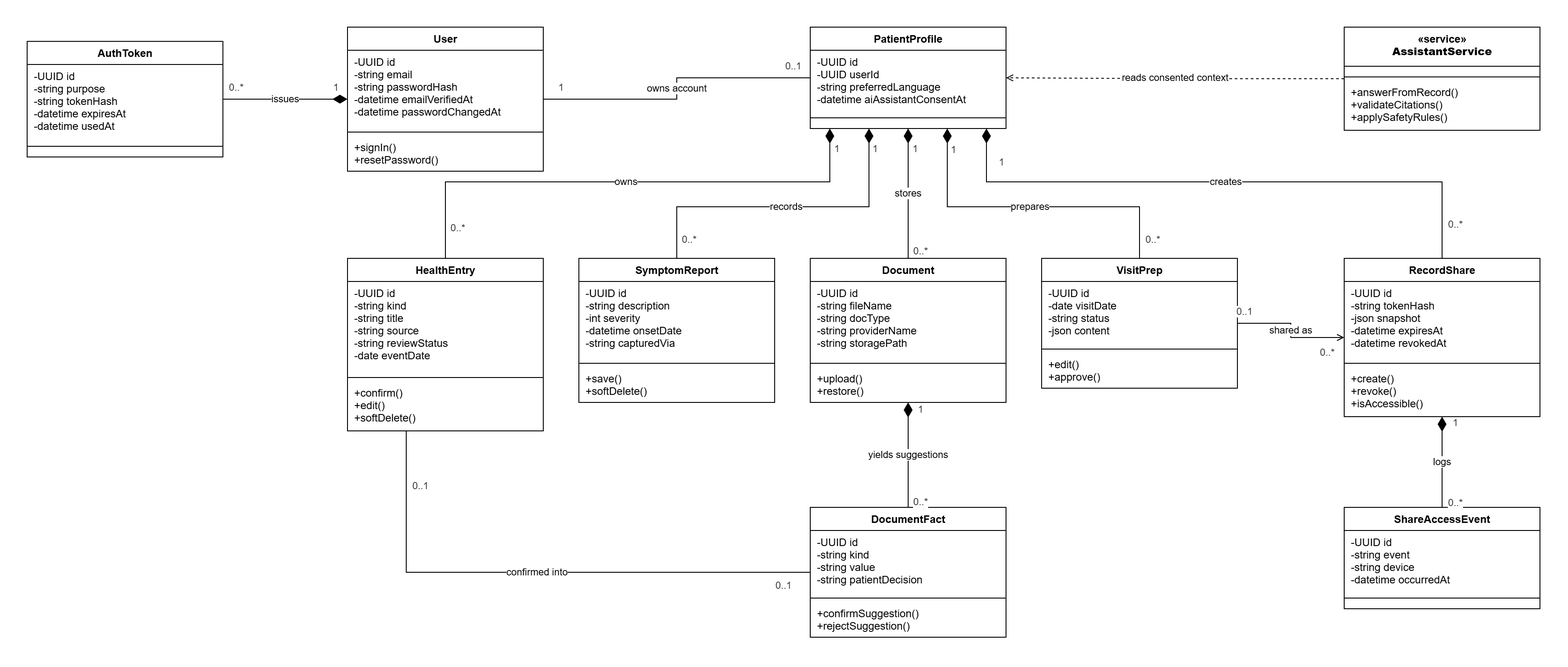
Above: docs/diagrams/exports/07-class-diagram.png in haniyousrii18/NASEEJ (draw.io), before the change. Source tidied: cells renumbered, new cells last; positions are measured from the earlier drawing's top-left corner, leaving out a move shared by most shapes.
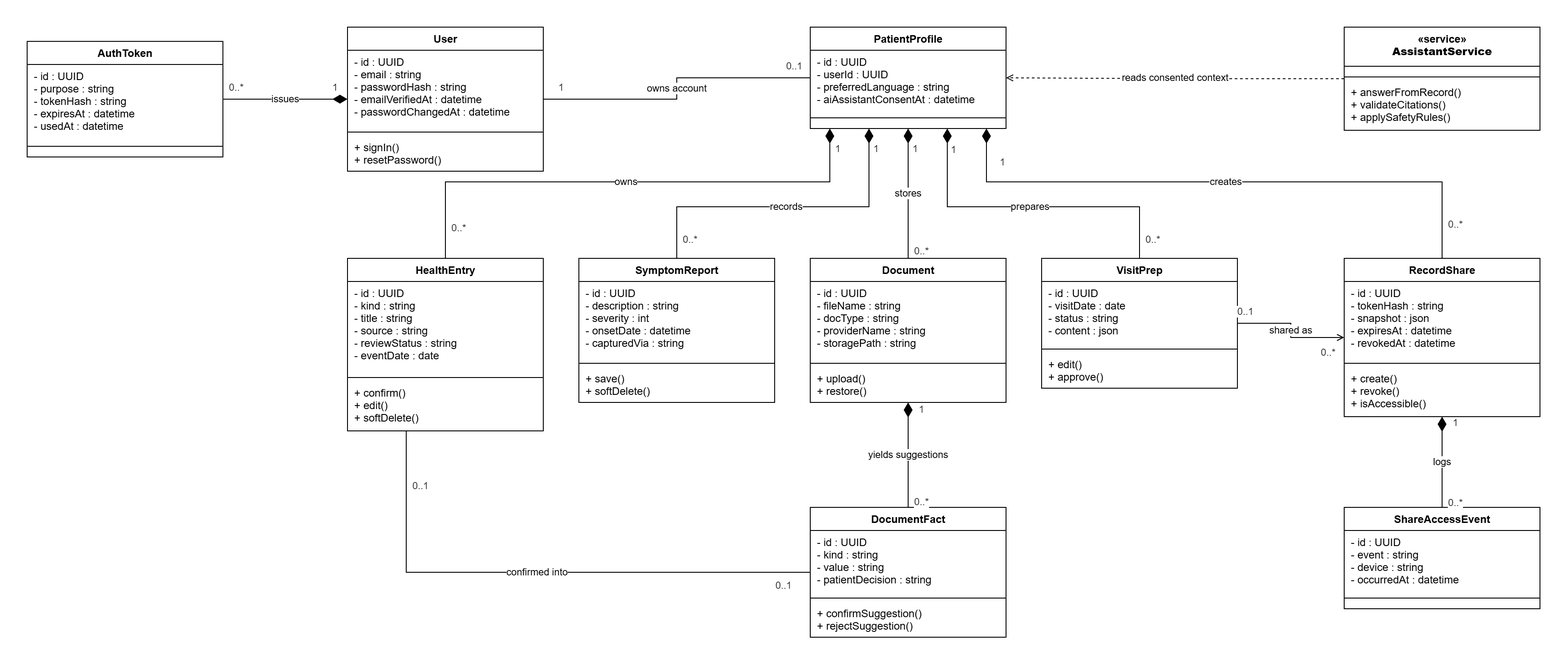
After the change.

Commit message:
docs: use name : Type notation in the class diagram

Change to the diagram source:
```diff
@@ -5,19 +5,19 @@
     <mxCell id="2" value="User" style="swimlane;fontStyle=1;align=center;verticalAlign=top;horizontal=1;startSize=26;html=1;swimlaneFillColor=#FFFFFF;" parent="1" vertex="1">
       <mxGeometry x="360" width="220" height="162" as="geometry" />
     </mxCell>
-    <mxCell id="3" value="-UUID id&#10;-string email&#10;-string passwordHash&#10;-datetime emailVerifiedAt&#10;-datetime passwordChangedAt" style="text;align=left;verticalAlign=top;spacingLeft=6;overflow=hidden;whiteSpace=nowrap;html=0;" parent="2" vertex="1">
+    <mxCell id="3" value="- id : UUID&#10;- email : string&#10;- passwordHash : string&#10;- emailVerifiedAt : datetime&#10;- passwordChangedAt : datetime" style="text;align=left;verticalAlign=top;spacingLeft=6;overflow=hidden;whiteSpace=nowrap;html=0;" parent="2" vertex="1">
       <mxGeometry y="26" width="220" height="88" as="geometry" />
     </mxCell>
     <mxCell id="4" style="line;strokeWidth=1;align=left;verticalAlign=middle;" parent="2" vertex="1">
       <mxGeometry y="114" width="220" height="8" as="geometry" />
     </mxCell>
-    <mxCell id="5" value="+signIn()&#10;+resetPassword()" style="text;align=left;verticalAlign=top;spacingLeft=6;overflow=hidden;whiteSpace=nowrap;html=0;" parent="2" vertex="1">
+    <mxCell id="5" value="+ signIn()&#10;+ resetPassword()" style="text;align=left;verticalAlign=top;spacingLeft=6;overflow=hidden;whiteSpace=nowrap;html=0;" parent="2" vertex="1">
       <mxGeometry y="122" width="220" height="40" as="geometry" />
     </mxCell>
     <mxCell id="6" value="AuthToken" style="swimlane;fontStyle=1;align=center;verticalAlign=top;horizontal=1;startSize=26;html=1;swimlaneFillColor=#FFFFFF;" parent="1" vertex="1">
       <mxGeometry y="16" width="220" height="130" as="geometry" />
     </mxCell>
-    <mxCell id="7" value="-UUID id&#10;-string purpose&#10;-string tokenHash&#10;-datetime expiresAt&#10;-datetime usedAt" style="text;align=left;verticalAlign=top;spacingLeft=6;overflow=hidden;whiteSpace=nowrap;html=0;" parent="6" vertex="1">
+    <mxCell id="7" value="- id : UUID&#10;- purpose : string&#10;- tokenHash : string&#10;- expiresAt : datetime&#10;- usedAt : datetime" style="text;align=left;verticalAlign=top;spacingLeft=6;overflow=hidden;whiteSpace=nowrap;html=0;" parent="6" vertex="1">
       <mxGeometry y="26" width="220" height="88" as="geometry" />
     </mxCell>
     <mxCell id="8" style="line;strokeWidth=1;align=left;verticalAlign=middle;" parent="6" vertex="1">
@@ -29,7 +29,7 @@
     <mxCell id="10" value="PatientProfile" style="swimlane;fontStyle=1;align=center;verticalAlign=top;horizontal=1;startSize=26;html=1;swimlaneFillColor=#FFFFFF;" parent="1" vertex="1">
       <mxGeometry x="880" width="220" height="114" as="geometry" />
     </mxCell>
-    <mxCell id="11" value="-UUID id&#10;-UUID userId&#10;-string preferredLanguage&#10;-datetime aiAssistantConsentAt" style="text;align=left;verticalAlign=top;spacingLeft=6;overflow=hidden;whiteSpace=nowrap;html=0;" parent="10" vertex="1">
+    <mxCell id="11" value="- id : UUID&#10;- userId : UUID&#10;- preferredLanguage : string&#10;- aiAssistantConsentAt : datetime" style="text;align=left;verticalAlign=top;spacingLeft=6;overflow=hidden;whiteSpace=nowrap;html=0;" parent="10" vertex="1">
       <mxGeometry y="26" width="220" height="72" as="geometry" />
     </mxCell>
     <mxCell id="12" style="line;strokeWidth=1;align=left;verticalAlign=middle;" parent="10" vertex="1">
@@ -47,85 +47,85 @@
     <mxCell id="16" style="line;strokeWidth=1;align=left;verticalAlign=middle;" parent="14" vertex="1">
       <mxGeometry y="52" width="220" height="8" as="geometry" />
     </mxCell>
-    <mxCell id="17" value="+answerFromRecord()&#10;+validateCitations()&#10;+applySafetyRules()" style="text;align=left;verticalAlign=top;spacingLeft=6;overflow=hidden;whiteSpace=nowrap;html=0;" parent="14" vertex="1">
+    <mxCell id="17" value="+ answerFromRecord()&#10;+ validateCitations()&#10;+ applySafetyRules()" style="text;align=left;verticalAlign=top;spacingLeft=6;overflow=hidden;whiteSpace=nowrap;html=0;" parent="14" vertex="1">
       <mxGeometry y="60" width="220" height="56" as="geometry" />
     </mxCell>
     <mxCell id="18" value="HealthEntry" style="swimlane;fontStyle=1;align=center;verticalAlign=top;horizontal=1;startSize=26;html=1;swimlaneFillColor=#FFFFFF;" parent="1" vertex="1">
       <mxGeometry x="360" y="260" width="220" height="194" as="geometry" />
     </mxCell>
-    <mxCell id="19" value="-UUID id&#10;-string kind&#10;-string title&#10;-string source&#10;-string reviewStatus&#10;-date eventDate" style="text;align=left;verticalAlign=top;spacingLeft=6;overflow=hidden;whiteSpace=nowrap;html=0;" parent="18" vertex="1">
+    <mxCell id="19" value="- id : UUID&#10;- kind : string&#10;- title : string&#10;- source : string&#10;- reviewStatus : string&#10;- eventDate : date" style="text;align=left;verticalAlign=top;spacingLeft=6;overflow=hidden;whiteSpace=nowrap;html=0;" parent="18" vertex="1">
       <mxGeometry y="26" width="220" height="104" as="geometry" />
     </mxCell>
     <mxCell id="20" style="line;strokeWidth=1;align=left;verticalAlign=middle;" parent="18" vertex="1">
       <mxGeometry y="130" width="220" height="8" as="geometry" />
     </mxCell>
-    <mxCell id="21" value="+confirm()&#10;+edit()&#10;+softDelete()" style="text;align=left;verticalAlign=top;spacingLeft=6;overflow=hidden;whiteSpace=nowrap;html=0;" parent="18" vertex="1">
+    <mxCell id="21" value="+ confirm()&#10;+ edit()&#10;+ softDelete()" style="text;align=left;verticalAlign=top;spacingLeft=6;overflow=hidden;whiteSpace=nowrap;html=0;" parent="18" vertex="1">
       <mxGeometry y="138" width="220" height="56" as="geometry" />
     </mxCell>
     <mxCell id="22" value="SymptomReport" style="swimlane;fontStyle=1;align=center;verticalAlign=top;horizontal=1;startSize=26;html=1;swimlaneFillColor=#FFFFFF;" parent="1" vertex="1">
       <mxGeometry x="620" y="260" width="220" height="162" as="geometry" />
     </mxCell>
-    <mxCell id="23" value="-UUID id&#10;-string description&#10;-int severity&#10;-datetime onsetDate&#10;-string capturedVia" style="text;align=left;verticalAlign=top;spacingLeft=6;overflow=hidden;whiteSpace=nowrap;html=0;" parent="22" vertex="1">
+    <mxCell id="23" value="- id : UUID&#10;- description : string&#10;- severity : int&#10;- onsetDate : datetime&#10;- capturedVia : string" style="text;align=left;verticalAlign=top;spacingLeft=6;overflow=hidden;whiteSpace=nowrap;html=0;" parent="22" vertex="1">
       <mxGeometry y="26" width="220" height="88" as="geometry" />
     </mxCell>
     <mxCell id="24" style="line;strokeWidth=1;align=left;verticalAlign=middle;" parent="22" vertex="1">
       <mxGeometry y="114" width="220" height="8" as="geometry" />
     </mxCell>
-    <mxCell id="25" value="+save()&#10;+softDelete()" style="text;align=left;verticalAlign=top;spacingLeft=6;overflow=hidden;whiteSpace=nowrap;html=0;" parent="22" vertex="1">
+    <mxCell id="25" value="+ save()&#10;+ softDelete()" style="text;align=left;verticalAlign=top;spacingLeft=6;overflow=hidden;whiteSpace=nowrap;html=0;" parent="22" vertex="1">
       <mxGeometry y="122" width="220" height="40" as="geometry" />
     </mxCell>
     <mxCell id="26" value="Document" style="swimlane;fontStyle=1;align=center;verticalAlign=top;horizontal=1;startSize=26;html=1;swimlaneFillColor=#FFFFFF;" parent="1" vertex="1">
       <mxGeometry x="880" y="260" width="220" height="162" as="geometry" />
     </mxCell>
-    <mxCell id="27" value="-UUID id&#10;-string fileName&#10;-string docType&#10;-string providerName&#10;-string storagePath" style="text;align=left;verticalAlign=top;spacingLeft=6;overflow=hidden;whiteSpace=nowrap;html=0;" parent="26" vertex="1">
+    <mxCell id="27" value="- id : UUID&#10;- fileName : string&#10;- docType : string&#10;- providerName : string&#10;- storagePath : string" style="text;align=left;verticalAlign=top;spacingLeft=6;overflow=hidden;whiteSpace=nowrap;html=0;" parent="26" vertex="1">
       <mxGeometry y="26" width="220" height="88" as="geometry" />
     </mxCell>
     <mxCell id="28" style="line;strokeWidth=1;align=left;verticalAlign=middle;" parent="26" vertex="1">
       <mxGeometry y="114" width="220" height="8" as="geometry" />
     </mxCell>
-    <mxCell id="29" value="+upload()&#10;+restore()" style="text;align=left;verticalAlign=top;spacingLeft=6;overflow=hidden;whiteSpace=nowrap;html=0;" parent="26" vertex="1">
+    <mxCell id="29" value="+ upload()&#10;+ restore()" style="text;align=left;verticalAlign=top;spacingLeft=6;overflow=hidden;whiteSpace=nowrap;html=0;" parent="26" vertex="1">
       <mxGeometry y="122" width="220" height="40" as="geometry" />
     </mxCell>
     <mxCell id="30" value="VisitPrep" style="swimlane;fontStyle=1;align=center;verticalAlign=top;horizontal=1;startSize=26;html=1;swimlaneFillColor=#FFFFFF;" parent="1" vertex="1">
       <mxGeometry x="1140" y="260" width="220" height="146" as="geometry" />
     </mxCell>
-    <mxCell id="31" value="-UUID id&#10;-date visitDate&#10;-string status&#10;-json content" style="text;align=left;verticalAlign=top;spacingLeft=6;overflow=hidden;whiteSpace=nowrap;html=0;" parent="30" vertex="1">
+    <mxCell id="31" value="- id : UUID&#10;- visitDate : date&#10;- status : string&#10;- content : json" style="text;align=left;verticalAlign=top;spacingLeft=6;overflow=hidden;whiteSpace=nowrap;html=0;" parent="30" vertex="1">
       <mxGeometry y="26" width="220" height="72" as="geometry" />
     </mxCell>
     <mxCell id="32" style="line;strokeWidth=1;align=left;verticalAlign=middle;" parent="30" vertex="1">
       <mxGeometry y="98" width="220" height="8" as="geometry" />
     </mxCell>
-    <mxCell id="33" value="+edit()&#10;+approve()" style="text;align=left;verticalAlign=top;spacingLeft=6;overflow=hidden;whiteSpace=nowrap;html=0;" parent="30" vertex="1">
+    <mxCell id="33" value="+ edit()&#10;+ approve()" style="text;align=left;verticalAlign=top;spacingLeft=6;overflow=hidden;whiteSpace=nowrap;html=0;" parent="30" vertex="1">
       <mxGeometry y="106" width="220" height="40" as="geometry" />
     </mxCell>
     <mxCell id="34" value="RecordShare" style="swimlane;fontStyle=1;align=center;verticalAlign=top;horizontal=1;startSize=26;html=1;swimlaneFillColor=#FFFFFF;" parent="1" vertex="1">
       <mxGeometry x="1480" y="260" width="220" height="178" as="geometry" />
     </mxCell>
-    <mxCell id="35" value="-UUID id&#10;-string tokenHash&#10;-json snapshot&#10;-datetime expiresAt&#10;-datetime revokedAt" style="text;align=left;verticalAlign=top;spacingLeft=6;overflow=hidden;whiteSpace=nowrap;html=0;" parent="34" vertex="1">
+    <mxCell id="35" value="- id : UUID&#10;- tokenHash : string&#10;- snapshot : json&#10;- expiresAt : datetime&#10;- revokedAt : datetime" style="text;align=left;verticalAlign=top;spacingLeft=6;overflow=hidden;whiteSpace=nowrap;html=0;" parent="34" vertex="1">
       <mxGeometry y="26" width="220" height="88" as="geometry" />
     </mxCell>
     <mxCell id="36" style="line;strokeWidth=1;align=left;verticalAlign=middle;" parent="34" vertex="1">
       <mxGeometry y="114" width="220" height="8" as="geometry" />
     </mxCell>
-    <mxCell id="37" value="+create()&#10;+revoke()&#10;+isAccessible()" style="text;align=left;verticalAlign=top;spacingLeft=6;overflow=hidden;whiteSpace=nowrap;html=0;" parent="34" vertex="1">
+    <mxCell id="37" value="+ create()&#10;+ revoke()&#10;+ isAccessible()" style="text;align=left;verticalAlign=top;spacingLeft=6;overflow=hidden;whiteSpace=nowrap;html=0;" parent="34" vertex="1">
       <mxGeometry y="122" width="220" height="56" as="geometry" />
     </mxCell>
     <mxCell id="38" value="DocumentFact" style="swimlane;fontStyle=1;align=center;verticalAlign=top;horizontal=1;startSize=26;html=1;swimlaneFillColor=#FFFFFF;" parent="1" vertex="1">
       <mxGeometry x="880" y="540" width="220" height="146" as="geometry" />
     </mxCell>
-    <mxCell id="39" value="-UUID id&#10;-string kind&#10;-string value&#10;-string patientDecision" style="text;align=left;verticalAlign=top;spacingLeft=6;overflow=hidden;whiteSpace=nowrap;html=0;" parent="38" vertex="1">
+    <mxCell id="39" value="- id : UUID&#10;- kind : string&#10;- value : string&#10;- patientDecision : string" style="text;align=left;verticalAlign=top;spacingLeft=6;overflow=hidden;whiteSpace=nowrap;html=0;" parent="38" vertex="1">
       <mxGeometry y="26" width="220" height="72" as="geometry" />
     </mxCell>
     <mxCell id="40" style="line;strokeWidth=1;align=left;verticalAlign=middle;" parent="38" vertex="1">
       <mxGeometry y="98" width="220" height="8" as="geometry" />
     </mxCell>
-    <mxCell id="41" value="+confirmSuggestion()&#10;+rejectSuggestion()" style="text;align=left;verticalAlign=top;spacingLeft=6;overflow=hidden;whiteSpace=nowrap;html=0;" parent="38" vertex="1">
+    <mxCell id="41" value="+ confirmSuggestion()&#10;+ rejectSuggestion()" style="text;align=left;verticalAlign=top;spacingLeft=6;overflow=hidden;whiteSpace=nowrap;html=0;" parent="38" vertex="1">
       <mxGeometry y="106" width="220" height="40" as="geometry" />
     </mxCell>
     <mxCell id="42" value="ShareAccessEvent" style="swimlane;fontStyle=1;align=center;verticalAlign=top;horizontal=1;startSize=26;html=1;swimlaneFillColor=#FFFFFF;" parent="1" vertex="1">
       <mxGeometry x="1480" y="540" width="220" height="114" as="geometry" />
     </mxCell>
-    <mxCell id="43" value="-UUID id&#10;-string event&#10;-string device&#10;-datetime occurredAt" style="text;align=left;verticalAlign=top;spacingLeft=6;overflow=hidden;whiteSpace=nowrap;html=0;" parent="42" vertex="1">
+    <mxCell id="43" value="- id : UUID&#10;- event : string&#10;- device : string&#10;- occurredAt : datetime" style="text;align=left;verticalAlign=top;spacingLeft=6;overflow=hidden;whiteSpace=nowrap;html=0;" parent="42" vertex="1">
       <mxGeometry y="26" width="220" height="72" as="geometry" />
     </mxCell>
     <mxCell id="44" style="line;strokeWidth=1;align=left;verticalAlign=middle;" parent="42" vertex="1">
```
